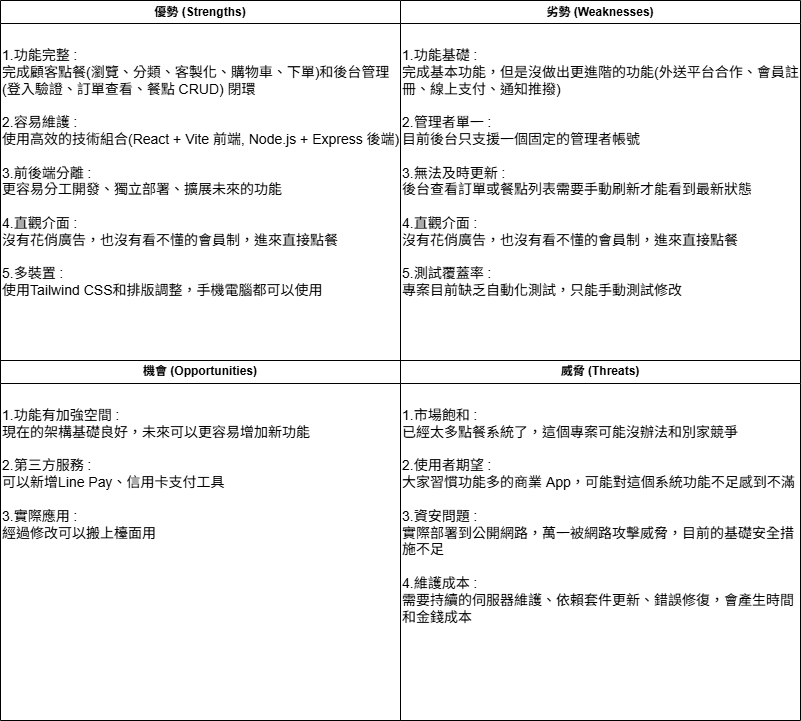
Before: documents/SWOT分析.drawio.png, a diagram exported from draw.io (yuchen69/ordering-system). Source tidied: cells renumbered, new cells last; positions are measured from the earlier drawing's top-left corner, leaving out a move shared by most shapes.
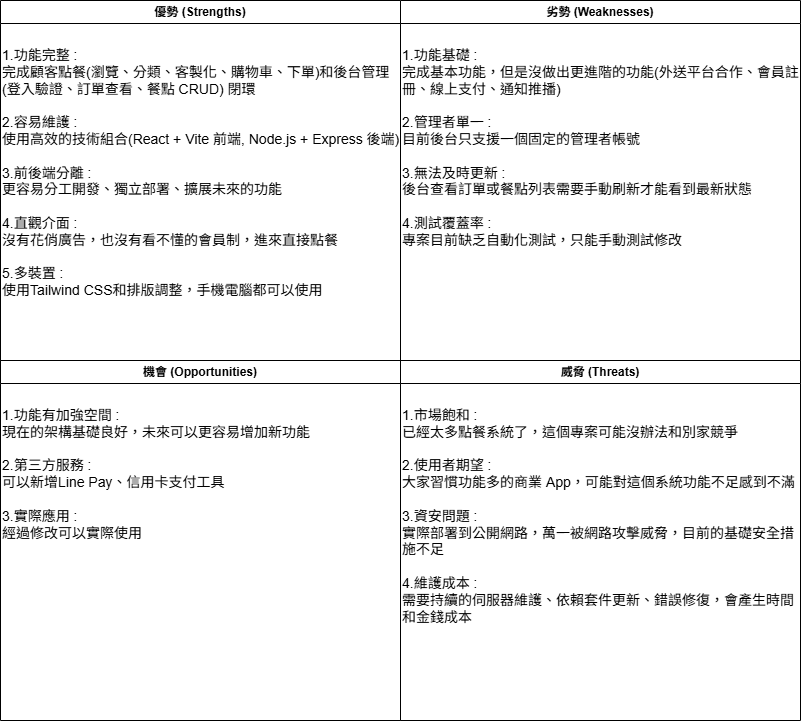
After the commit.

What changed in the source:
```diff
@@ -11,7 +11,7 @@
     <mxCell id="4" value="機會 (Opportunities) " style="swimlane;whiteSpace=wrap;html=1;" parent="1" vertex="1">
       <mxGeometry y="360" width="400" height="360" as="geometry" />
     </mxCell>
-    <mxCell id="5" value="&lt;font style=&quot;font-size: 14px;&quot;&gt;1.功能有加強空間 :&amp;nbsp;&lt;/font&gt;&lt;div&gt;&lt;font style=&quot;font-size: 14px;&quot;&gt;現在的架構基礎良好，未來可以更容易增加新功能&lt;/font&gt;&lt;div&gt;&lt;font style=&quot;font-size: 14px;&quot;&gt;&lt;br&gt;&lt;/font&gt;&lt;div&gt;&lt;font style=&quot;font-size: 14px;&quot;&gt;2.第三方服務 :&amp;nbsp;&lt;/font&gt;&lt;/div&gt;&lt;div&gt;&lt;font style=&quot;font-size: 14px;&quot;&gt;可以新增Line Pay、信用卡支付工具&lt;/font&gt;&lt;/div&gt;&lt;/div&gt;&lt;div&gt;&lt;font style=&quot;font-size: 14px;&quot;&gt;&lt;br&gt;&lt;/font&gt;&lt;/div&gt;&lt;div&gt;&lt;font style=&quot;font-size: 14px;&quot;&gt;3.實際應用 :&amp;nbsp;&lt;/font&gt;&lt;/div&gt;&lt;div&gt;&lt;span style=&quot;background-color: transparent; color: light-dark(rgb(0, 0, 0), rgb(255, 255, 255));&quot;&gt;&lt;font style=&quot;font-size: 14px;&quot;&gt;經過修改可以搬上檯面用&lt;/font&gt;&lt;/span&gt;&lt;/div&gt;&lt;/div&gt;" style="text;html=1;whiteSpace=wrap;strokeColor=none;fillColor=none;align=left;verticalAlign=top;rounded=0;" parent="4" vertex="1">
+    <mxCell id="5" value="&lt;font style=&quot;font-size: 14px;&quot;&gt;1.功能有加強空間 :&amp;nbsp;&lt;/font&gt;&lt;div&gt;&lt;font style=&quot;font-size: 14px;&quot;&gt;現在的架構基礎良好，未來可以更容易增加新功能&lt;/font&gt;&lt;div&gt;&lt;font style=&quot;font-size: 14px;&quot;&gt;&lt;br&gt;&lt;/font&gt;&lt;div&gt;&lt;font style=&quot;font-size: 14px;&quot;&gt;2.第三方服務 :&amp;nbsp;&lt;/font&gt;&lt;/div&gt;&lt;div&gt;&lt;font style=&quot;font-size: 14px;&quot;&gt;可以新增Line Pay、信用卡支付工具&lt;/font&gt;&lt;/div&gt;&lt;/div&gt;&lt;div&gt;&lt;font style=&quot;font-size: 14px;&quot;&gt;&lt;br&gt;&lt;/font&gt;&lt;/div&gt;&lt;div&gt;&lt;font style=&quot;font-size: 14px;&quot;&gt;3.實際應用 :&amp;nbsp;&lt;/font&gt;&lt;/div&gt;&lt;div&gt;&lt;span style=&quot;background-color: transparent; color: light-dark(rgb(0, 0, 0), rgb(255, 255, 255));&quot;&gt;&lt;font style=&quot;font-size: 14px;&quot;&gt;經過修改可以實際使用&lt;/font&gt;&lt;/span&gt;&lt;/div&gt;&lt;/div&gt;" style="text;html=1;whiteSpace=wrap;strokeColor=none;fillColor=none;align=left;verticalAlign=top;rounded=0;" parent="4" vertex="1">
       <mxGeometry y="40" width="400" height="220" as="geometry" />
     </mxCell>
     <mxCell id="6" value="優勢 (Strengths)" style="swimlane;whiteSpace=wrap;html=1;" parent="1" vertex="1">
@@ -23,7 +23,7 @@
     <mxCell id="8" value="劣勢 (Weaknesses)" style="swimlane;whiteSpace=wrap;html=1;" parent="1" vertex="1">
       <mxGeometry x="400" width="400" height="360" as="geometry" />
     </mxCell>
-    <mxCell id="9" value="&lt;font style=&quot;font-size: 14px;&quot;&gt;1.功能基礎 :&amp;nbsp;&lt;/font&gt;&lt;div&gt;&lt;font style=&quot;font-size: 14px;&quot;&gt;完成基本功能，但是沒做出更進階的功能(外送平台合作、會員註冊、線上支付、通知推撥)&lt;/font&gt;&lt;div&gt;&lt;font style=&quot;font-size: 14px;&quot;&gt;&lt;br&gt;&lt;/font&gt;&lt;div&gt;&lt;font style=&quot;font-size: 14px;&quot;&gt;2.管理者單一 :&amp;nbsp;&lt;/font&gt;&lt;/div&gt;&lt;div&gt;&lt;span style=&quot;background-color: transparent; color: light-dark(rgb(0, 0, 0), rgb(255, 255, 255));&quot;&gt;&lt;font style=&quot;font-size: 14px;&quot;&gt;目前後台只支援一個固定的管理者帳號&lt;/font&gt;&lt;/span&gt;&lt;/div&gt;&lt;/div&gt;&lt;div&gt;&lt;font style=&quot;font-size: 14px;&quot;&gt;&lt;br&gt;&lt;/font&gt;&lt;/div&gt;&lt;div&gt;&lt;font style=&quot;font-size: 14px;&quot;&gt;3.無法及時更新 :&amp;nbsp;&lt;/font&gt;&lt;/div&gt;&lt;div&gt;&lt;span style=&quot;background-color: transparent; color: light-dark(rgb(0, 0, 0), rgb(255, 255, 255));&quot;&gt;&lt;font style=&quot;font-size: 14px;&quot;&gt;後台查看訂單或餐點列表需要手動刷新才能看到最新狀態&lt;/font&gt;&lt;/span&gt;&lt;/div&gt;&lt;div&gt;&lt;span style=&quot;text-align: center; background-color: transparent; color: light-dark(rgb(0, 0, 0), rgb(255, 255, 255));&quot;&gt;&lt;font style=&quot;font-size: 14px;&quot;&gt;&lt;br&gt;&lt;/font&gt;&lt;/span&gt;&lt;/div&gt;&lt;div&gt;&lt;span style=&quot;text-align: center; background-color: transparent; color: light-dark(rgb(0, 0, 0), rgb(255, 255, 255));&quot;&gt;&lt;font style=&quot;font-size: 14px;&quot;&gt;4.直觀介面 :&amp;nbsp;&lt;/font&gt;&lt;/span&gt;&lt;/div&gt;&lt;div&gt;&lt;span style=&quot;text-align: center; background-color: transparent; color: light-dark(rgb(0, 0, 0), rgb(255, 255, 255));&quot;&gt;&lt;font style=&quot;font-size: 14px;&quot;&gt;沒有花俏廣告，也沒有看不懂的會員制，進來直接點餐&lt;/font&gt;&lt;/span&gt;&lt;/div&gt;&lt;div&gt;&lt;span style=&quot;text-align: center; background-color: transparent; color: light-dark(rgb(0, 0, 0), rgb(255, 255, 255));&quot;&gt;&lt;font style=&quot;font-size: 14px;&quot;&gt;&lt;br&gt;&lt;/font&gt;&lt;/span&gt;&lt;/div&gt;&lt;div&gt;&lt;font style=&quot;font-size: 14px;&quot;&gt;&lt;span style=&quot;text-align: center; background-color: transparent; color: light-dark(rgb(0, 0, 0), rgb(255, 255, 255));&quot;&gt;5.測試覆蓋率 :&amp;nbsp;&lt;/span&gt;&lt;/font&gt;&lt;/div&gt;&lt;div&gt;&lt;span style=&quot;background-color: transparent; color: light-dark(rgb(0, 0, 0), rgb(255, 255, 255));&quot;&gt;&lt;font style=&quot;font-size: 14px;&quot;&gt;專案目前缺乏自動化測試，只能手動測試修改&lt;/font&gt;&lt;/span&gt;&lt;/div&gt;&lt;/div&gt;" style="text;html=1;whiteSpace=wrap;strokeColor=none;fillColor=none;align=left;verticalAlign=top;rounded=0;" parent="8" vertex="1">
+    <mxCell id="9" value="&lt;font style=&quot;font-size: 14px;&quot;&gt;1.功能基礎 :&amp;nbsp;&lt;/font&gt;&lt;div&gt;&lt;font style=&quot;font-size: 14px;&quot;&gt;完成基本功能，但是沒做出更進階的功能(外送平台合作、會員註冊、線上支付、通知推播&lt;/font&gt;&lt;span style=&quot;font-size: 14px; background-color: transparent; color: light-dark(rgb(0, 0, 0), rgb(255, 255, 255));&quot;&gt;)&lt;/span&gt;&lt;/div&gt;&lt;div&gt;&lt;div&gt;&lt;font style=&quot;font-size: 14px;&quot;&gt;&lt;br&gt;&lt;/font&gt;&lt;div&gt;&lt;font style=&quot;font-size: 14px;&quot;&gt;2.管理者單一 :&amp;nbsp;&lt;/font&gt;&lt;/div&gt;&lt;div&gt;&lt;span style=&quot;background-color: transparent; color: light-dark(rgb(0, 0, 0), rgb(255, 255, 255));&quot;&gt;&lt;font style=&quot;font-size: 14px;&quot;&gt;目前後台只支援一個固定的管理者帳號&lt;/font&gt;&lt;/span&gt;&lt;/div&gt;&lt;/div&gt;&lt;div&gt;&lt;font style=&quot;font-size: 14px;&quot;&gt;&lt;br&gt;&lt;/font&gt;&lt;/div&gt;&lt;div&gt;&lt;font style=&quot;font-size: 14px;&quot;&gt;3.無法及時更新 :&amp;nbsp;&lt;/font&gt;&lt;/div&gt;&lt;div&gt;&lt;span style=&quot;background-color: transparent; color: light-dark(rgb(0, 0, 0), rgb(255, 255, 255));&quot;&gt;&lt;font style=&quot;font-size: 14px;&quot;&gt;後台查看訂單或餐點列表需要手動刷新才能看到最新狀態&lt;/font&gt;&lt;/span&gt;&lt;/div&gt;&lt;div&gt;&lt;span style=&quot;text-align: center; background-color: transparent; color: light-dark(rgb(0, 0, 0), rgb(255, 255, 255));&quot;&gt;&lt;font style=&quot;font-size: 14px;&quot;&gt;&lt;br&gt;&lt;/font&gt;&lt;/span&gt;&lt;/div&gt;&lt;div&gt;&lt;font style=&quot;font-size: 14px;&quot;&gt;&lt;span style=&quot;text-align: center; background-color: transparent; color: light-dark(rgb(0, 0, 0), rgb(255, 255, 255));&quot;&gt;4.測試覆蓋率 :&amp;nbsp;&lt;/span&gt;&lt;/font&gt;&lt;/div&gt;&lt;div&gt;&lt;span style=&quot;background-color: transparent; color: light-dark(rgb(0, 0, 0), rgb(255, 255, 255));&quot;&gt;&lt;font style=&quot;font-size: 14px;&quot;&gt;專案目前缺乏自動化測試，只能手動測試修改&lt;/font&gt;&lt;/span&gt;&lt;/div&gt;&lt;/div&gt;" style="text;html=1;whiteSpace=wrap;strokeColor=none;fillColor=none;align=left;verticalAlign=top;rounded=0;" parent="8" vertex="1">
       <mxGeometry y="40" width="400" height="220" as="geometry" />
     </mxCell>
   </root>
```
